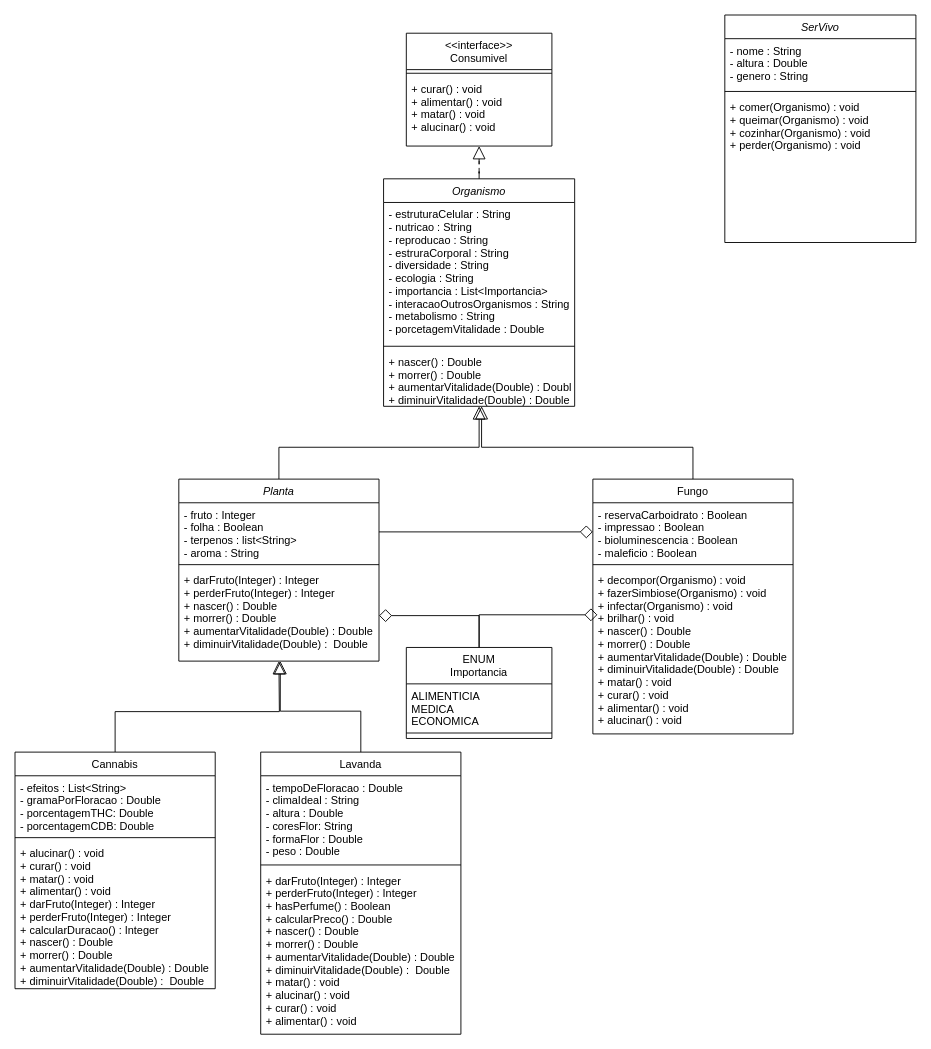
Sant-Thiago/Projeto-Marijuana keeps this draw.io diagram as Plantas.drawio. Above is the earlier version. Source tidied: cells renumbered, new cells numbered last; positions are measured from the earlier drawing's top-left corner, leaving out a move shared by most shapes. Both pictures are drawn from the tidied source at 91%, with x=0, y=0 at pixel (15, 15).
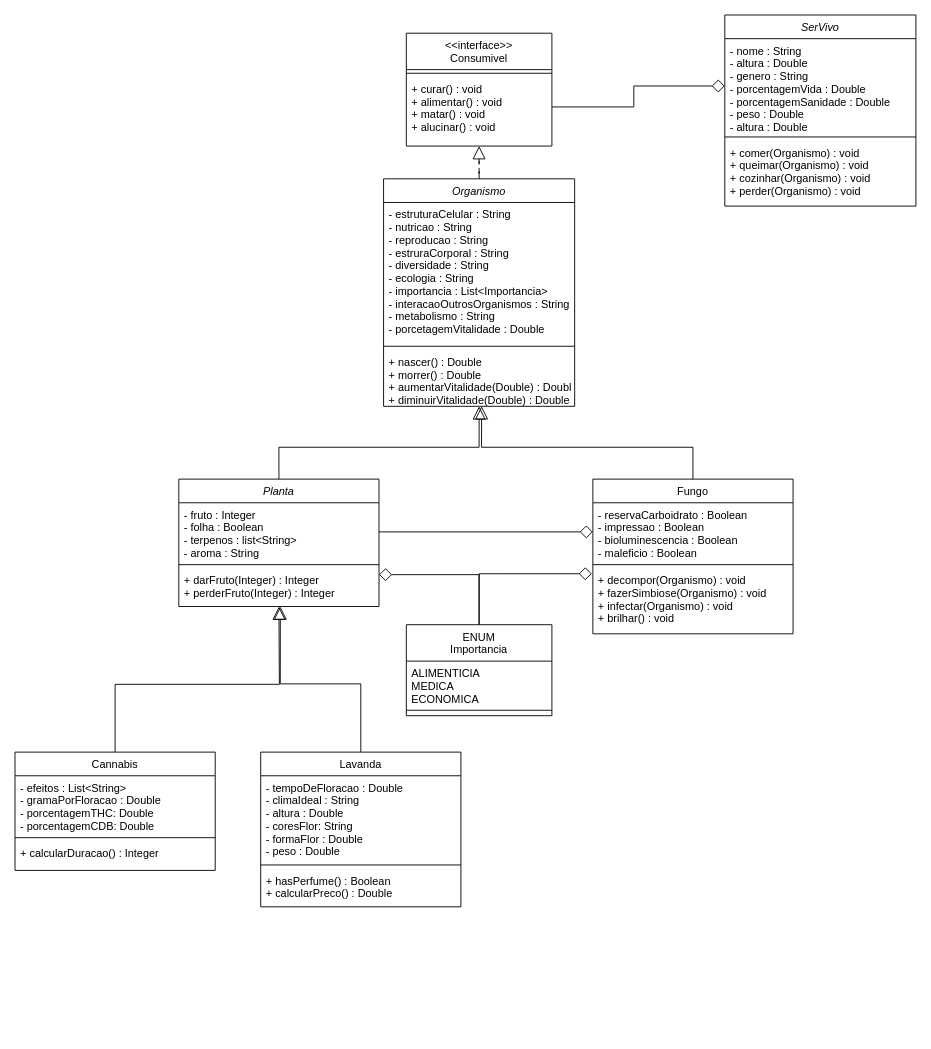
The same diagram, later.

Commit message:
finalizando o diagrama

The change refers to these unchanged cells:
```xml
<mxCell id="9" value="+ curar() : void&#10;+ alimentar() : void&#10;+ matar() : void&#10;+ alucinar() : void" style="text;align=left;verticalAlign=top;spacingLeft=4;spacingRight=4;overflow=hidden;points=[[0,0.5],[1,0.5]];portConstraint=eastwest;fontStyle=0;strokeColor=none;" parent="7" vertex="1">
  <mxGeometry y="48" width="160" height="66" as="geometry" />
</mxCell>
```

Change to the diagram source:
```diff
@@
     <mxCell id="3" value="Planta" style="swimlane;fontStyle=2;align=center;verticalAlign=top;horizontal=1;startSize=26;rounded=0;shadow=0;strokeWidth=1;" parent="1" vertex="1">
-      <mxGeometry x="180" y="510" width="220" height="200" as="geometry" />
+      <mxGeometry x="180" y="510" width="220" height="140" as="geometry" />
     </mxCell>
@@
-    <mxCell id="6" value="+ darFruto(Integer) : Integer&#10;+ perderFruto(Integer) : Integer&#10;+ nascer() : Double&#10;+ morrer() : Double&#10;+ aumentarVitalidade(Double) : Double&#10;+ diminuirVitalidade(Double) :  Double" style="text;align=left;verticalAlign=top;spacingLeft=4;spacingRight=4;overflow=hidden;points=[[0,0.5],[1,0.5]];portConstraint=eastwest;" parent="3" vertex="1">
-      <mxGeometry y="98" width="220" height="102" as="geometry" />
+    <mxCell id="6" value="+ darFruto(Integer) : Integer&#10;+ perderFruto(Integer) : Integer&#10;" style="text;align=left;verticalAlign=top;spacingLeft=4;spacingRight=4;overflow=hidden;points=[[0,0.5],[1,0.5]];portConstraint=eastwest;" parent="3" vertex="1">
+      <mxGeometry y="98" width="220" height="42" as="geometry" />
     </mxCell>
@@
     <mxCell id="10" value="Fungo" style="swimlane;fontStyle=0;align=center;verticalAlign=top;horizontal=1;startSize=26;rounded=0;shadow=0;strokeWidth=1;" parent="1" vertex="1">
-      <mxGeometry x="635" y="510" width="220" height="280" as="geometry" />
+      <mxGeometry x="635" y="510" width="220" height="170" as="geometry" />
     </mxCell>
@@
-    <mxCell id="13" value="+ decompor(Organismo) : void&#10;+ fazerSimbiose(Organismo) : void&#10;+ infectar(Organismo) : void&#10;+ brilhar() : void&#10;+ nascer() : Double&#10;+ morrer() : Double&#10;+ aumentarVitalidade(Double) : Double&#10;+ diminuirVitalidade(Double) : Double&#10;+ matar() : void&#10;+ curar() : void &#10;+ alimentar() : void&#10;+ alucinar() : void " style="text;align=left;verticalAlign=top;spacingLeft=4;spacingRight=4;overflow=hidden;points=[[0,0.5],[1,0.5]];portConstraint=eastwest;" parent="10" vertex="1">
-      <mxGeometry y="98" width="220" height="182" as="geometry" />
+    <mxCell id="13" value="+ decompor(Organismo) : void&#10;+ fazerSimbiose(Organismo) : void&#10;+ infectar(Organismo) : void&#10;+ brilhar() : void&#10;" style="text;align=left;verticalAlign=top;spacingLeft=4;spacingRight=4;overflow=hidden;points=[[0,0.5],[1,0.5]];portConstraint=eastwest;" parent="10" vertex="1">
+      <mxGeometry y="98" width="220" height="72" as="geometry" />
     </mxCell>
@@
     <mxCell id="15" value="ENUM&#10;Importancia" style="swimlane;fontStyle=0;align=center;verticalAlign=top;horizontal=1;startSize=40;rounded=0;shadow=0;strokeWidth=1;" parent="1" vertex="1">
-      <mxGeometry x="430" y="695" width="160" height="100" as="geometry" />
+      <mxGeometry x="430" y="670" width="160" height="100" as="geometry" />
     </mxCell>
@@
-    <mxCell id="25" style="edgeStyle=orthogonalEdgeStyle;rounded=0;jettySize=auto;html=1;exitX=0.5;exitY=0;exitDx=0;exitDy=0;endArrow=diamond;endFill=0;endSize=12;entryX=0.023;entryY=0.281;entryDx=0;entryDy=0;entryPerimeter=0;" parent="1" edge="1" source="15" target="13">
+    <mxCell id="25" style="edgeStyle=orthogonalEdgeStyle;rounded=0;jettySize=auto;html=1;exitX=0.5;exitY=0;exitDx=0;exitDy=0;endArrow=diamond;endFill=0;endSize=12;entryX=-0.005;entryY=0.083;entryDx=0;entryDy=0;entryPerimeter=0;" parent="1" edge="1" source="15" target="13">
       <mxGeometry relative="1" as="geometry" />
     </mxCell>
     <mxCell id="26" style="edgeStyle=orthogonalEdgeStyle;rounded=0;jettySize=auto;html=1;exitX=0.5;exitY=0;exitDx=0;exitDy=0;endArrow=block;endFill=0;endSize=12;" parent="1" edge="1" source="27">
       <mxGeometry relative="1" as="geometry">
-        <mxPoint x="290" y="710" as="targetPoint" />
+        <mxPoint x="290" y="650" as="targetPoint" />
       </mxGeometry>
     </mxCell>
     <mxCell id="27" value="Cannabis" style="swimlane;fontStyle=0;align=center;verticalAlign=top;horizontal=1;startSize=26;rounded=0;shadow=0;strokeWidth=1;" parent="1" vertex="1">
-      <mxGeometry y="810" width="220" height="260" as="geometry" />
+      <mxGeometry y="810" width="220" height="130" as="geometry" />
     </mxCell>
@@
-    <mxCell id="30" value="+ alucinar() : void&#10;+ curar() : void&#10;+ matar() : void&#10;+ alimentar() : void&#10;+ darFruto(Integer) : Integer&#10;+ perderFruto(Integer) : Integer&#10;+ calcularDuracao() : Integer&#10;+ nascer() : Double&#10;+ morrer() : Double&#10;+ aumentarVitalidade(Double) : Double&#10;+ diminuirVitalidade(Double) :  Double" style="text;align=left;verticalAlign=top;spacingLeft=4;spacingRight=4;overflow=hidden;" parent="27" vertex="1">
-      <mxGeometry y="98" width="220" height="162" as="geometry" />
+    <mxCell id="30" value="+ calcularDuracao() : Integer" style="text;align=left;verticalAlign=top;spacingLeft=4;spacingRight=4;overflow=hidden;" parent="27" vertex="1">
+      <mxGeometry y="98" width="220" height="32" as="geometry" />
     </mxCell>
     <mxCell id="31" value="Lavanda" style="swimlane;fontStyle=0;align=center;verticalAlign=top;horizontal=1;startSize=26;rounded=0;shadow=0;strokeWidth=1;" parent="1" vertex="1">
-      <mxGeometry x="270" y="810" width="220" height="310" as="geometry" />
+      <mxGeometry x="270" y="810" width="220" height="170" as="geometry" />
     </mxCell>
@@
-    <mxCell id="34" value="+ darFruto(Integer) : Integer&#10;+ perderFruto(Integer) : Integer&#10;+ hasPerfume() : Boolean&#10;+ calcularPreco() : Double&#10;+ nascer() : Double&#10;+ morrer() : Double&#10;+ aumentarVitalidade(Double) : Double&#10;+ diminuirVitalidade(Double) :  Double&#10;+ matar() : void&#10;+ alucinar() : void&#10;+ curar() : void&#10;+ alimentar() : void" style="text;align=left;verticalAlign=top;spacingLeft=4;spacingRight=4;overflow=hidden;" parent="31" vertex="1">
-      <mxGeometry y="128" width="220" height="182" as="geometry" />
+    <mxCell id="34" value="+ hasPerfume() : Boolean&#10;+ calcularPreco() : Double" style="text;align=left;verticalAlign=top;spacingLeft=4;spacingRight=4;overflow=hidden;" parent="31" vertex="1">
+      <mxGeometry y="128" width="220" height="42" as="geometry" />
     </mxCell>
@@
     <mxCell id="36" value="SerVivo" style="swimlane;fontStyle=2;align=center;verticalAlign=top;horizontal=1;startSize=26;rounded=0;shadow=0;strokeWidth=1;" parent="1" vertex="1">
-      <mxGeometry x="780" width="210" height="250" as="geometry" />
+      <mxGeometry x="780" width="210" height="210" as="geometry" />
     </mxCell>
-    <mxCell id="37" value="- nome : String&#10;- altura : Double&#10;- genero : String&#10;" style="text;align=left;verticalAlign=top;spacingLeft=4;spacingRight=4;overflow=hidden;points=[[0,0.5],[1,0.5]];portConstraint=eastwest;" parent="36" vertex="1">
-      <mxGeometry y="26" width="210" height="54" as="geometry" />
+    <mxCell id="37" value="- nome : String&#10;- altura : Double&#10;- genero : String&#10;- porcentagemVida : Double&#10;- porcentagemSanidade : Double&#10;- peso : Double&#10;- altura : Double" style="text;align=left;verticalAlign=top;spacingLeft=4;spacingRight=4;overflow=hidden;points=[[0,0.5],[1,0.5]];portConstraint=eastwest;" parent="36" vertex="1">
+      <mxGeometry y="26" width="210" height="104" as="geometry" />
     </mxCell>
     <mxCell id="38" style="line;html=1;strokeWidth=1;align=left;verticalAlign=middle;spacingTop=-1;spacingLeft=3;spacingRight=3;labelPosition=right;" parent="36" vertex="1">
-      <mxGeometry y="80" width="210" height="8" as="geometry" />
+      <mxGeometry y="130" width="210" height="8" as="geometry" />
     </mxCell>
     <mxCell id="39" value="+ comer(Organismo) : void&#10;+ queimar(Organismo) : void&#10;+ cozinhar(Organismo) : void&#10;+ perder(Organismo) : void" style="text;align=left;verticalAlign=top;spacingLeft=4;spacingRight=4;overflow=hidden;" parent="36" vertex="1">
-      <mxGeometry y="88" width="210" height="62" as="geometry" />
+      <mxGeometry y="138" width="210" height="62" as="geometry" />
     </mxCell>
+    <mxCell id="40" style="edgeStyle=orthogonalEdgeStyle;rounded=0;jettySize=auto;html=1;entryX=0;entryY=0.5;entryDx=0;entryDy=0;endArrow=diamond;endFill=0;endSize=12;" parent="1" edge="1" source="9" target="37">
+      <mxGeometry relative="1" as="geometry" />
+    </mxCell>
```
